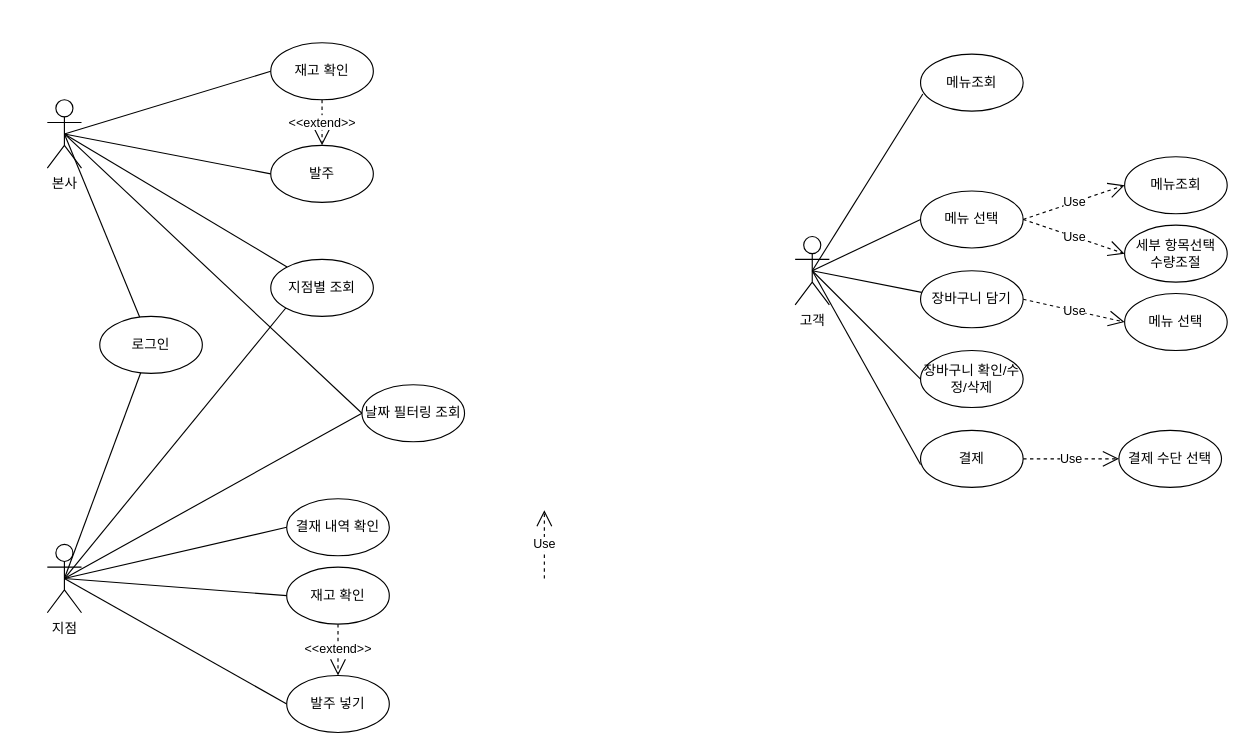
The draw.io diagram 제목 없는 다이어그램.drawio in soboru3426/kiosk_FE, before the edit. Source tidied: cells renumbered, new cells numbered last; positions are measured from the earlier drawing's top-left corner, leaving out a move shared by most shapes. Both pictures are drawn from the tidied source at 114%, with x=0, y=0 at pixel (47, 42).
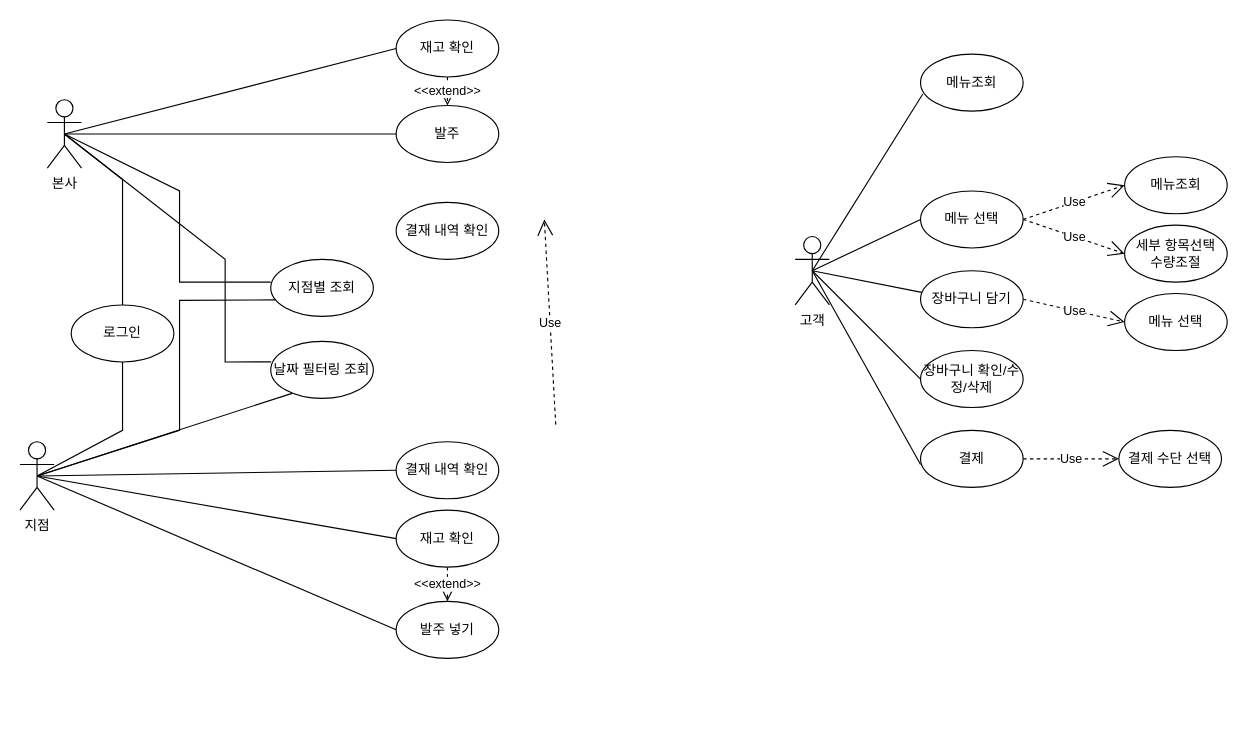
Above is the later version.

Commit message:
제목 없는 다이어그램.drawio 업데이트

Unchanged cells that the change refers to:
```xml
<mxCell id="2" value="본사" style="shape=umlActor;verticalLabelPosition=bottom;verticalAlign=top;html=1;outlineConnect=0;" parent="1" vertex="1">
  <mxGeometry y="50" width="30" height="60" as="geometry" />
</mxCell>
<mxCell id="31" value="지점별 조회" style="ellipse;whiteSpace=wrap;html=1;" parent="1" vertex="1">
  <mxGeometry x="196" y="190" width="90" height="50" as="geometry" />
</mxCell>
```

The edit, as a diff of the source:
```diff
@@
     <mxCell id="3" value="지점" style="shape=umlActor;verticalLabelPosition=bottom;verticalAlign=top;html=1;outlineConnect=0;" parent="1" vertex="1">
-      <mxGeometry y="440" width="30" height="60" as="geometry" />
+      <mxGeometry x="-24" y="350" width="30" height="60" as="geometry" />
     </mxCell>
@@
     <mxCell id="5" value="로그인" style="ellipse;whiteSpace=wrap;html=1;" parent="1" vertex="1">
-      <mxGeometry x="46" y="240" width="90" height="50" as="geometry" />
+      <mxGeometry x="21" y="230" width="90" height="50" as="geometry" />
     </mxCell>
     <mxCell id="6" style="endArrow=none;html=1;rounded=0;exitX=0.5;exitY=0.5;exitDx=0;exitDy=0;exitPerimeter=0;" parent="1" edge="1" source="2" target="5">
-      <mxGeometry relative="1" as="geometry" />
+      <mxGeometry relative="1" as="geometry">
+        <Array as="points">
+          <mxPoint x="66" y="120" />
+        </Array>
+      </mxGeometry>
     </mxCell>
     <mxCell id="7" style="endArrow=none;html=1;rounded=0;exitX=0.5;exitY=0.5;exitDx=0;exitDy=0;exitPerimeter=0;" parent="1" edge="1" source="3" target="5">
-      <mxGeometry relative="1" as="geometry" />
+      <mxGeometry relative="1" as="geometry">
+        <Array as="points">
+          <mxPoint x="66" y="340" />
+        </Array>
+      </mxGeometry>
     </mxCell>
@@
     <mxCell id="26" value="결재 내역 확인" style="ellipse;whiteSpace=wrap;html=1;" parent="1" vertex="1">
-      <mxGeometry x="210" y="400" width="90" height="50" as="geometry" />
+      <mxGeometry x="306" y="350" width="90" height="50" as="geometry" />
     </mxCell>
@@
     <mxCell id="30" value="발주 넣기" style="ellipse;whiteSpace=wrap;html=1;" parent="1" vertex="1">
-      <mxGeometry x="210" y="555" width="90" height="50" as="geometry" />
+      <mxGeometry x="306" y="490" width="90" height="50" as="geometry" />
     </mxCell>
@@
     <mxCell id="32" value="날짜 필터링 조회" style="ellipse;whiteSpace=wrap;html=1;" parent="1" vertex="1">
-      <mxGeometry x="276" y="300" width="90" height="50" as="geometry" />
+      <mxGeometry x="196" y="262" width="90" height="50" as="geometry" />
     </mxCell>
     <mxCell id="33" value="발주" style="ellipse;whiteSpace=wrap;html=1;" parent="1" vertex="1">
-      <mxGeometry x="196" y="90" width="90" height="50" as="geometry" />
+      <mxGeometry x="306" y="55" width="90" height="50" as="geometry" />
     </mxCell>
     <mxCell id="34" value="재고 확인" style="ellipse;whiteSpace=wrap;html=1;" parent="1" vertex="1">
-      <mxGeometry x="196" width="90" height="50" as="geometry" />
+      <mxGeometry x="306" y="-20" width="90" height="50" as="geometry" />
     </mxCell>
     <mxCell id="35" value="재고 확인" style="ellipse;whiteSpace=wrap;html=1;" parent="1" vertex="1">
-      <mxGeometry x="210" y="460" width="90" height="50" as="geometry" />
+      <mxGeometry x="306" y="410" width="90" height="50" as="geometry" />
     </mxCell>
@@
-    <mxCell id="37" style="endArrow=none;html=1;rounded=0;entryX=0;entryY=0.5;entryDx=0;entryDy=0;exitX=0.5;exitY=0.5;exitDx=0;exitDy=0;exitPerimeter=0;" parent="1" edge="1" source="3" target="32">
+    <mxCell id="37" style="endArrow=none;html=1;rounded=0;entryX=0.207;entryY=0.911;entryDx=0;entryDy=0;exitX=0.5;exitY=0.5;exitDx=0;exitDy=0;exitPerimeter=0;entryPerimeter=0;" parent="1" edge="1" source="3" target="32">
       <mxGeometry relative="1" as="geometry" />
     </mxCell>
-    <mxCell id="38" style="endArrow=none;html=1;rounded=0;entryX=0;entryY=0.5;entryDx=0;entryDy=0;exitX=0.5;exitY=0.5;exitDx=0;exitDy=0;exitPerimeter=0;" parent="1" edge="1" source="2" target="32">
-      <mxGeometry relative="1" as="geometry" />
+    <mxCell id="38" style="endArrow=none;html=1;rounded=0;exitX=0.5;exitY=0.5;exitDx=0;exitDy=0;exitPerimeter=0;entryX=0.004;entryY=0.359;entryDx=0;entryDy=0;entryPerimeter=0;" parent="1" edge="1" source="2" target="32">
+      <mxGeometry relative="1" as="geometry">
+        <Array as="points">
+          <mxPoint x="156" y="190" />
+          <mxPoint x="156" y="280" />
+        </Array>
+      </mxGeometry>
     </mxCell>
-    <mxCell id="39" style="endArrow=none;html=1;rounded=0;exitX=0.5;exitY=0.5;exitDx=0;exitDy=0;exitPerimeter=0;" parent="1" edge="1" source="2" target="31">
-      <mxGeometry relative="1" as="geometry" />
+    <mxCell id="39" style="endArrow=none;html=1;rounded=0;exitX=0.5;exitY=0.5;exitDx=0;exitDy=0;exitPerimeter=0;entryX=0;entryY=0.4;entryDx=0;entryDy=0;entryPerimeter=0;" parent="1" edge="1" source="2" target="31">
+      <mxGeometry relative="1" as="geometry">
+        <Array as="points">
+          <mxPoint x="116" y="130" />
+          <mxPoint x="116" y="210" />
+        </Array>
+      </mxGeometry>
     </mxCell>
-    <mxCell id="40" style="endArrow=none;html=1;rounded=0;entryX=0;entryY=1;entryDx=0;entryDy=0;exitX=0.5;exitY=0.5;exitDx=0;exitDy=0;exitPerimeter=0;" parent="1" edge="1" source="3" target="31">
-      <mxGeometry relative="1" as="geometry" />
+    <mxCell id="40" style="endArrow=none;html=1;rounded=0;entryX=0.042;entryY=0.711;entryDx=0;entryDy=0;exitX=0.5;exitY=0.5;exitDx=0;exitDy=0;exitPerimeter=0;entryPerimeter=0;" parent="1" edge="1" source="3" target="31">
+      <mxGeometry relative="1" as="geometry">
+        <Array as="points">
+          <mxPoint x="116" y="340" />
+          <mxPoint x="116" y="226" />
+        </Array>
+      </mxGeometry>
     </mxCell>
     <mxCell id="41" value="Use" style="endArrow=open;endSize=12;dashed=1;html=1;rounded=0;" parent="1" edge="1">
       <mxGeometry x="-0.01" relative="1" as="geometry">
-        <mxPoint x="436" y="470" as="sourcePoint" />
-        <mxPoint x="436" y="410" as="targetPoint" />
+        <mxPoint x="446" y="335" as="sourcePoint" />
+        <mxPoint x="436" y="155" as="targetPoint" />
       </mxGeometry>
     </mxCell>
@@
+    <mxCell id="45" value="결재 내역 확인" style="ellipse;whiteSpace=wrap;html=1;" parent="1" vertex="1">
+      <mxGeometry x="306" y="140" width="90" height="50" as="geometry" />
+    </mxCell>
```
